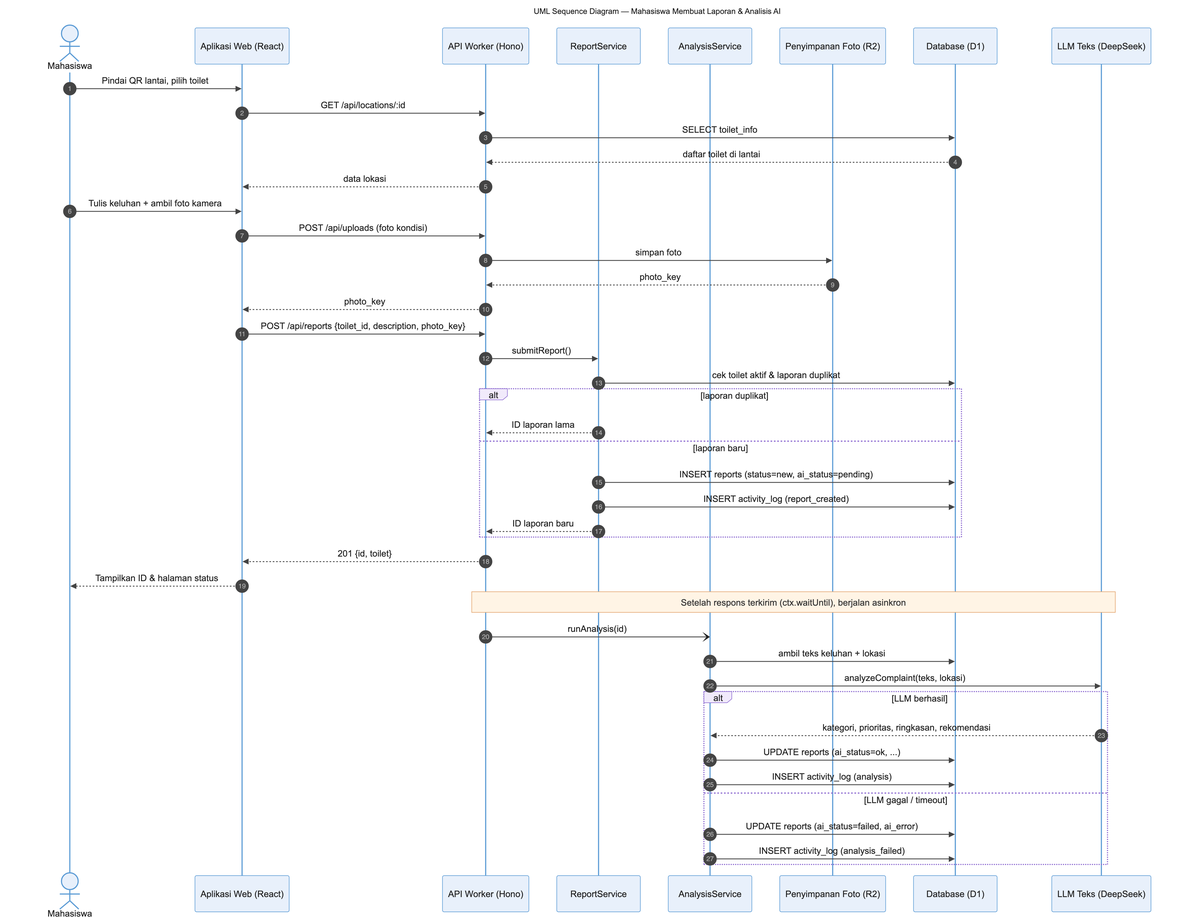
Above: docs/diagram/uml-sequence-lapor.png in rdnsa/AI-complaint (Mermaid), before the change. Its source is kept beside it as docs/diagram/src/uml-sequence-lapor.mmd.
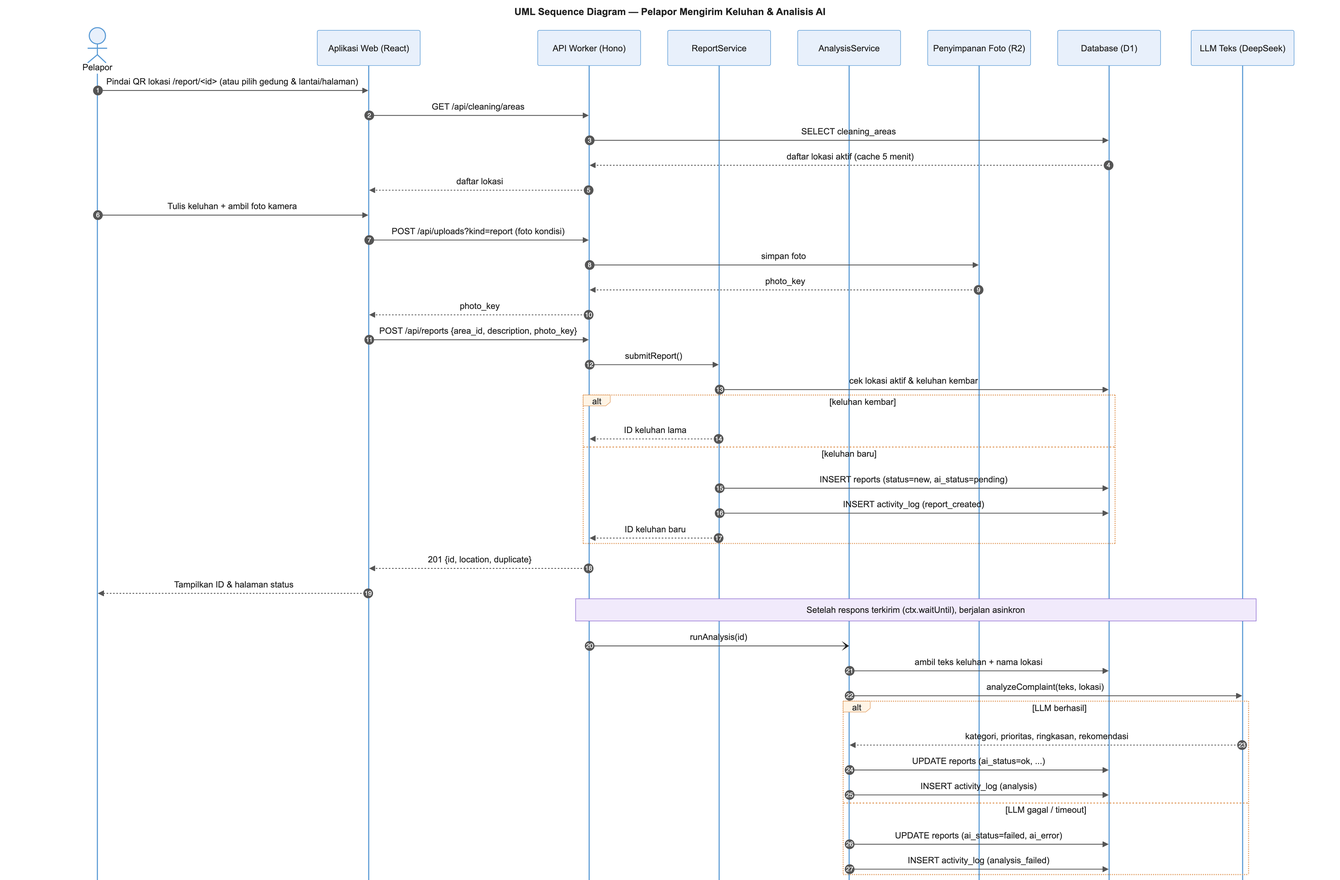
The same diagram one commit later.

Diff of the diagram source:
```diff
@@ -1,9 +1,9 @@
 ---
-title: UML Sequence Diagram — Mahasiswa Membuat Laporan & Analisis AI
+title: UML Sequence Diagram — Pelapor Mengirim Keluhan & Analisis AI
 ---
 sequenceDiagram
   autonumber
-  actor M as Mahasiswa
+  actor M as Pelapor
   participant UI as Aplikasi Web (React)
   participant API as API Worker (Hono)
   participant RS as ReportService
@@ -12,32 +12,32 @@
   participant DB as Database (D1)
   participant LLM as LLM Teks (DeepSeek)
 
-  M->>UI: Pindai QR lantai, pilih toilet
-  UI->>API: GET /api/locations/:id
-  API->>DB: SELECT toilet_info
-  DB-->>API: daftar toilet di lantai
-  API-->>UI: data lokasi
+  M->>UI: Pindai QR lokasi /report/<id> (atau pilih gedung & lantai/halaman)
+  UI->>API: GET /api/cleaning/areas
+  API->>DB: SELECT cleaning_areas
+  DB-->>API: daftar lokasi aktif (cache 5 menit)
+  API-->>UI: daftar lokasi
   M->>UI: Tulis keluhan + ambil foto kamera
-  UI->>API: POST /api/uploads (foto kondisi)
+  UI->>API: POST /api/uploads?kind=report (foto kondisi)
   API->>R2: simpan foto
   R2-->>API: photo_key
   API-->>UI: photo_key
-  UI->>API: POST /api/reports {toilet_id, description, photo_key}
+  UI->>API: POST /api/reports {area_id, description, photo_key}
   API->>RS: submitReport()
-  RS->>DB: cek toilet aktif & laporan duplikat
-  alt laporan duplikat
-    RS-->>API: ID laporan lama
-  else laporan baru
+  RS->>DB: cek lokasi aktif & keluhan kembar
+  alt keluhan kembar
+    RS-->>API: ID keluhan lama
+  else keluhan baru
     RS->>DB: INSERT reports (status=new, ai_status=pending)
     RS->>DB: INSERT activity_log (report_created)
-    RS-->>API: ID laporan baru
+    RS-->>API: ID keluhan baru
   end
-  API-->>UI: 201 {id, toilet}
+  API-->>UI: 201 {id, location, duplicate}
   UI-->>M: Tampilkan ID & halaman status
 
   Note over API,LLM: Setelah respons terkirim (ctx.waitUntil), berjalan asinkron
   API-)AS: runAnalysis(id)
-  AS->>DB: ambil teks keluhan + lokasi
+  AS->>DB: ambil teks keluhan + nama lokasi
   AS->>LLM: analyzeComplaint(teks, lokasi)
   alt LLM berhasil
     LLM-->>AS: kategori, prioritas, ringkasan, rekomendasi
```
